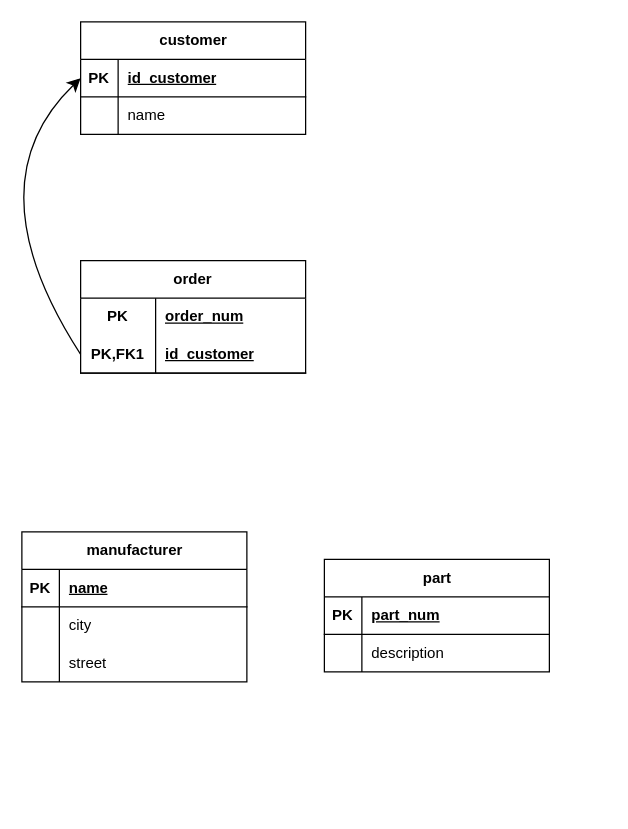
Earlier version of the draw.io diagram RA2A2_act(2).drawio (victor06-git/Progam_with_Victor). Source tidied: cells renumbered, new cells numbered last; positions are measured from the earlier drawing's top-left corner, leaving out a move shared by most shapes. Both pictures are drawn from the tidied source at 125%, with x=0, y=0 at pixel (-30, 21).
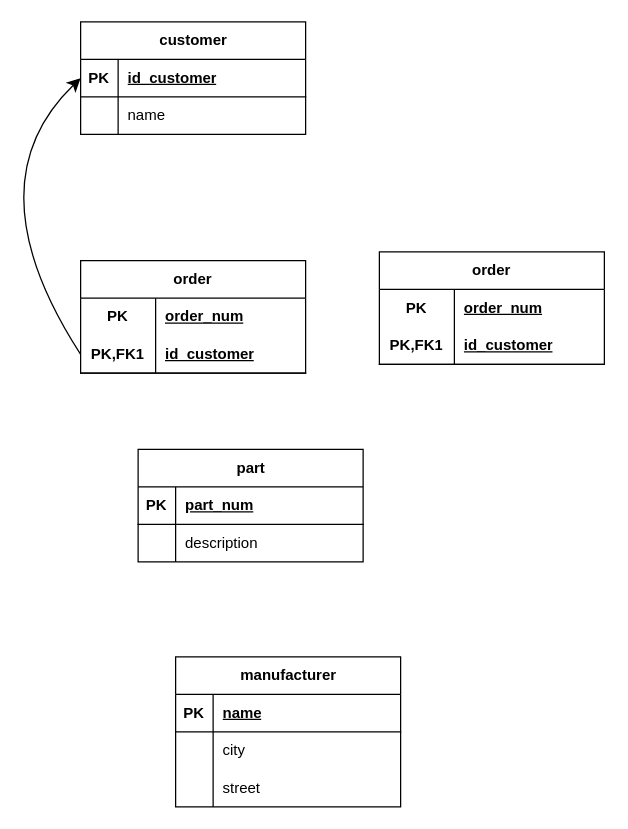
The same diagram, later.

Change to the diagram source:
```diff
@@
     <mxCell id="17" value="manufacturer" style="shape=table;startSize=30;childLayout=tableLayout;rowLines=0;fontStyle=1;align=center;html=1;" parent="1" vertex="1">
-      <mxGeometry x="41" y="408" width="180" height="120" as="geometry" />
+      <mxGeometry x="164" y="508" width="180" height="120" as="geometry" />
     </mxCell>
@@
     <mxCell id="27" value="part" style="shape=table;startSize=30;childLayout=tableLayout;rowLines=0;fontStyle=1;align=center;html=1;" parent="1" vertex="1">
-      <mxGeometry x="283" y="430" width="180" height="90" as="geometry" />
+      <mxGeometry x="134" y="342" width="180" height="90" as="geometry" />
     </mxCell>
@@
+    <mxCell id="34" value="order" style="shape=table;startSize=30;childLayout=tableLayout;rowLines=0;fontStyle=1;align=center;html=1;whiteSpace=wrap;" parent="1" vertex="1">
+      <mxGeometry x="327" y="184" width="180" height="90" as="geometry" />
+    </mxCell>
+    <mxCell id="35" style="shape=tableRow;horizontal=0;startSize=0;swimlaneHead=0;swimlaneBody=0;fillColor=none;top=0;left=0;right=0;bottom=0;html=1;" parent="34" vertex="1">
+      <mxGeometry y="30" width="180" height="30" as="geometry" />
+    </mxCell>
+    <mxCell id="36" value="PK" style="shape=partialRectangle;fillColor=none;top=0;left=0;bottom=0;right=0;fontStyle=1;overflow=hidden;html=1;whiteSpace=wrap;" parent="35" vertex="1">
+      <mxGeometry width="60" height="30" as="geometry" />
+    </mxCell>
+    <mxCell id="37" value="order_num" style="shape=partialRectangle;fillColor=none;top=0;left=0;bottom=0;right=0;align=left;spacingLeft=6;fontStyle=5;overflow=hidden;html=1;whiteSpace=wrap;" parent="35" vertex="1">
+      <mxGeometry x="60" width="120" height="30" as="geometry" />
+    </mxCell>
+    <mxCell id="38" style="shape=tableRow;horizontal=0;startSize=0;swimlaneHead=0;swimlaneBody=0;fillColor=none;top=0;left=0;right=0;bottom=1;html=1;" parent="34" vertex="1">
+      <mxGeometry y="60" width="180" height="30" as="geometry" />
+    </mxCell>
+    <mxCell id="39" value="PK,FK1" style="shape=partialRectangle;fillColor=none;top=0;left=0;bottom=0;right=0;fontStyle=1;overflow=hidden;html=1;whiteSpace=wrap;" parent="38" vertex="1">
+      <mxGeometry width="60" height="30" as="geometry" />
+    </mxCell>
+    <mxCell id="40" value="id_customer" style="shape=partialRectangle;fillColor=none;top=0;left=0;bottom=0;right=0;align=left;spacingLeft=6;fontStyle=5;overflow=hidden;html=1;whiteSpace=wrap;" parent="38" vertex="1">
+      <mxGeometry x="60" width="120" height="30" as="geometry" />
+    </mxCell>
```
